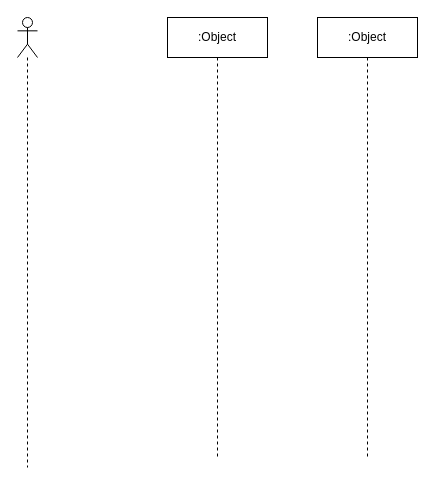
Before: Biểu đồ không có tiêu đề.drawio in SangVuxx/UML, a draw.io diagram. Source tidied: cells renumbered, new cells numbered last; positions are measured from the earlier drawing's top-left corner, leaving out a move shared by most shapes. Both pictures are drawn from the tidied source at 100%, with x=0, y=0 at pixel (17, 17).
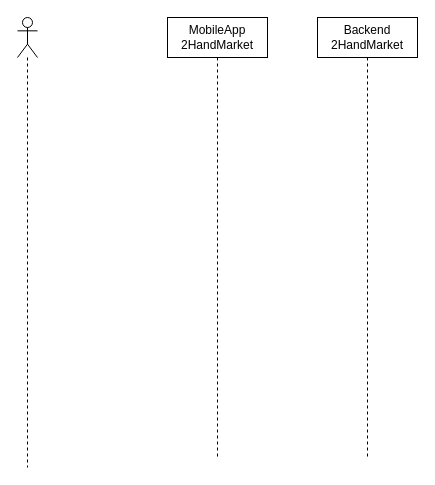
The same page after the edit.

Commit message:
Sequence Diagram tích hợp liên kết và thanh toán ví Momo.drawio

Diff of the diagram source:
```diff
@@
 <mxGraphModel>
   <root>
     <mxCell id="0" />
     <mxCell id="1" parent="0" />
-    <mxCell id="2" value=":Object" style="shape=umlLifeline;perimeter=lifelinePerimeter;whiteSpace=wrap;html=1;newEdgeStyle={&quot;edgeStyle&quot;:&quot;elbowEdgeStyle&quot;,&quot;elbow&quot;:&quot;vertical&quot;,&quot;curved&quot;:0,&quot;rounded&quot;:0};" parent="1" vertex="1">
+    <mxCell id="2" value="MobileApp&lt;br&gt;2HandMarket" style="shape=umlLifeline;perimeter=lifelinePerimeter;whiteSpace=wrap;html=1;newEdgeStyle={&quot;edgeStyle&quot;:&quot;elbowEdgeStyle&quot;,&quot;elbow&quot;:&quot;vertical&quot;,&quot;curved&quot;:0,&quot;rounded&quot;:0};" parent="1" vertex="1">
       <mxGeometry x="150" width="100" height="440" as="geometry" />
     </mxCell>
     <mxCell id="3" style="shape=umlLifeline;perimeter=lifelinePerimeter;whiteSpace=wrap;html=1;newEdgeStyle={&quot;edgeStyle&quot;:&quot;elbowEdgeStyle&quot;,&quot;elbow&quot;:&quot;vertical&quot;,&quot;curved&quot;:0,&quot;rounded&quot;:0};participant=umlActor;" parent="1" vertex="1">
       <mxGeometry width="20" height="450" as="geometry" />
     </mxCell>
-    <mxCell id="4" value=":Object" style="shape=umlLifeline;perimeter=lifelinePerimeter;whiteSpace=wrap;html=1;newEdgeStyle={&quot;edgeStyle&quot;:&quot;elbowEdgeStyle&quot;,&quot;elbow&quot;:&quot;vertical&quot;,&quot;curved&quot;:0,&quot;rounded&quot;:0};" parent="1" vertex="1">
+    <mxCell id="4" value="Backend&lt;br&gt;2HandMarket" style="shape=umlLifeline;perimeter=lifelinePerimeter;whiteSpace=wrap;html=1;newEdgeStyle={&quot;edgeStyle&quot;:&quot;elbowEdgeStyle&quot;,&quot;elbow&quot;:&quot;vertical&quot;,&quot;curved&quot;:0,&quot;rounded&quot;:0};" parent="1" vertex="1">
       <mxGeometry x="300" width="100" height="440" as="geometry" />
     </mxCell>
   </root>
 </mxGraphModel>
```
